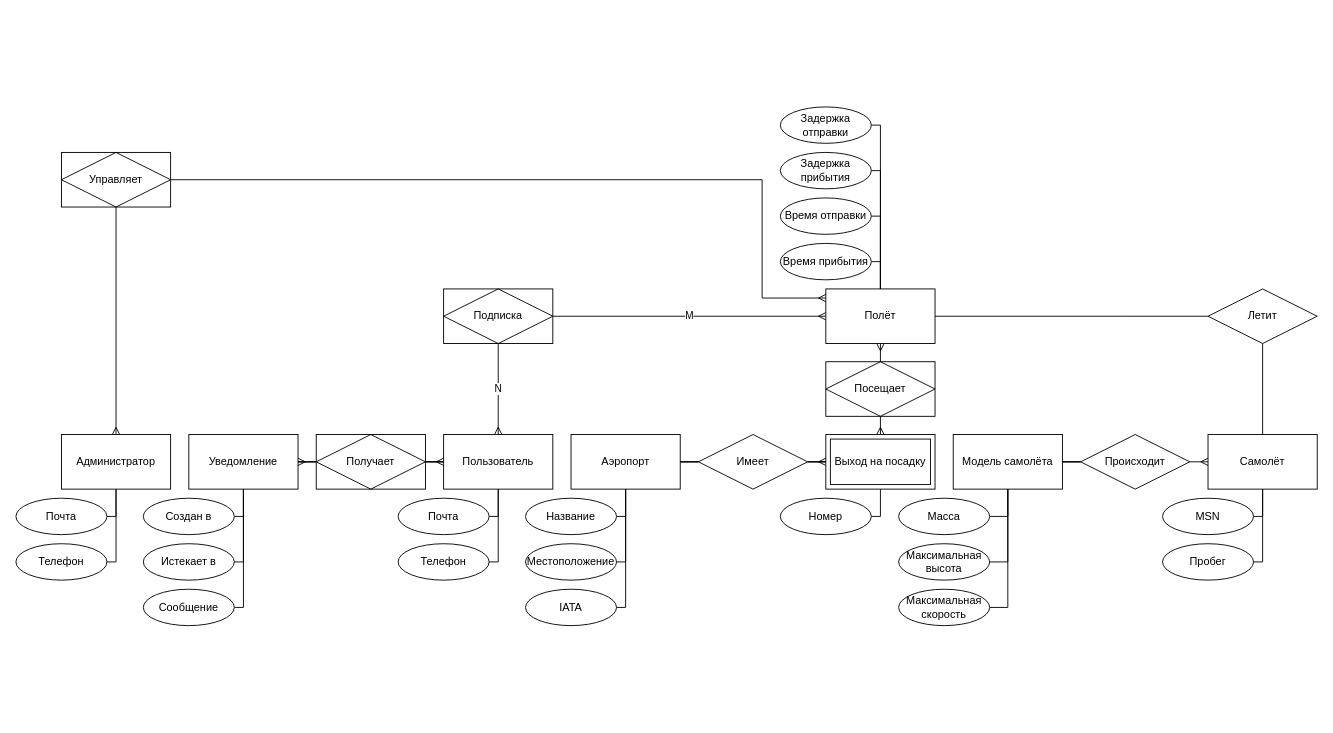
Earlier version of the draw.io diagram page "er" (3 of 7) of docs/diagram.drawio (GoshaMak/airline-tracker). Source tidied: cells renumbered, new cells numbered last; positions are measured from the earlier drawing's top-left corner, leaving out a move shared by most shapes. Both pictures are drawn from the tidied source at 91%, with x=0, y=0 at pixel (15, 106).
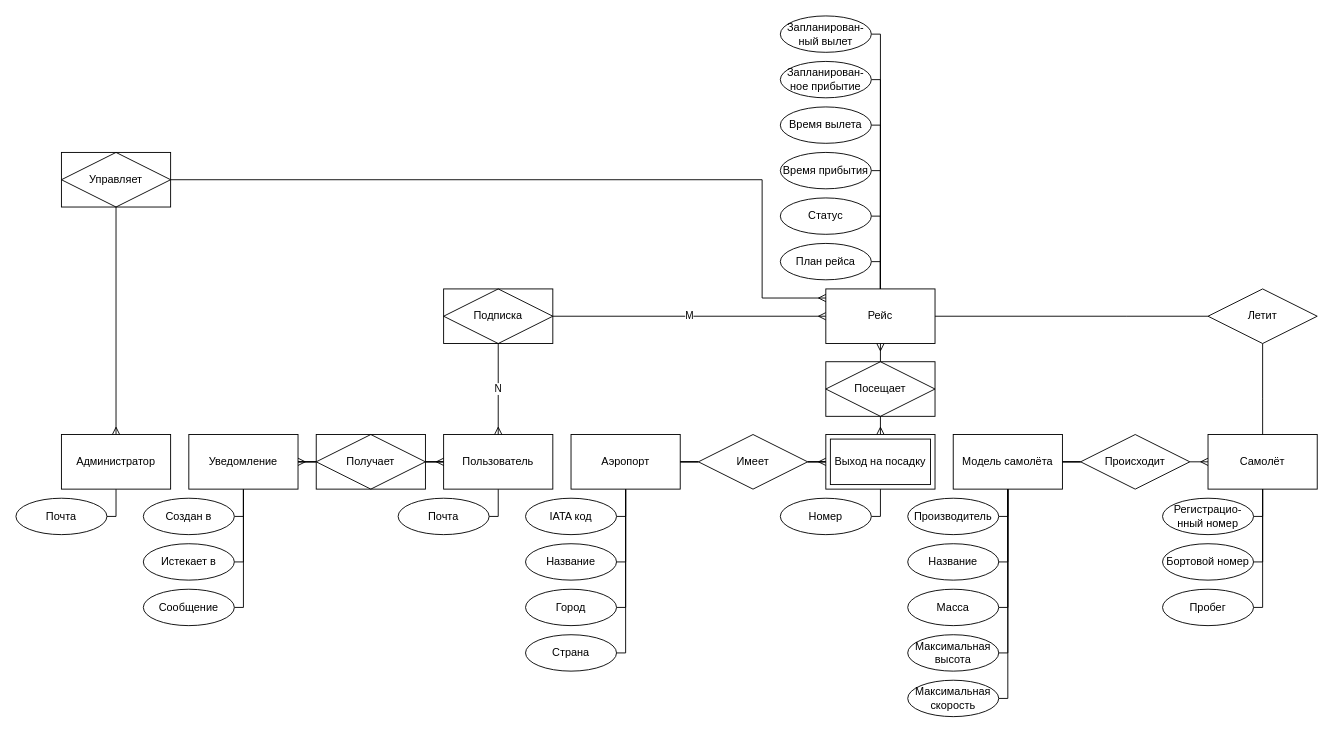
The same page after the edit.

Unchanged cells that the change refers to:
```xml
<mxCell id="3" value="Самолёт" style="whiteSpace=wrap;html=1;align=center;strokeWidth=1;" parent="1" vertex="1">
  <mxGeometry x="1310" y="360" width="120" height="60" as="geometry" />
</mxCell>
<mxCell id="7" value="Аэропорт" style="whiteSpace=wrap;html=1;align=center;" parent="1" vertex="1">
  <mxGeometry x="610" y="360" width="120" height="60" as="geometry" />
</mxCell>
<mxCell id="10" value="Пользователь" style="whiteSpace=wrap;html=1;align=center;" parent="1" vertex="1">
  <mxGeometry x="470" y="360" width="120" height="60" as="geometry" />
</mxCell>
<mxCell id="30" value="Администратор" style="whiteSpace=wrap;html=1;align=center;" parent="1" vertex="1">
  <mxGeometry x="50" y="360" width="120" height="60" as="geometry" />
</mxCell>
<mxCell id="35" value="Модель самолёта" style="whiteSpace=wrap;html=1;align=center;strokeWidth=1;" parent="1" vertex="1">
  <mxGeometry x="1030" y="360" width="120" height="60" as="geometry" />
</mxCell>
```

Diff of the diagram source:
```diff
@@
     <mxCell id="4" style="edgeStyle=orthogonalEdgeStyle;rounded=0;jettySize=auto;html=1;endArrow=none;endFill=0;" parent="1" edge="1" source="7" target="12">
       <mxGeometry relative="1" as="geometry">
         <Array as="points">
-          <mxPoint x="670" y="500" />
+          <mxPoint x="670" y="550" />
         </Array>
       </mxGeometry>
     </mxCell>
     <mxCell id="5" style="edgeStyle=orthogonalEdgeStyle;rounded=0;jettySize=auto;html=1;endArrow=none;endFill=0;" parent="1" edge="1" source="7" target="11">
       <mxGeometry relative="1" as="geometry">
         <Array as="points">
-          <mxPoint x="670" y="450" />
+          <mxPoint x="670" y="500" />
         </Array>
       </mxGeometry>
     </mxCell>
     <mxCell id="6" style="edgeStyle=orthogonalEdgeStyle;rounded=0;jettySize=auto;html=1;endArrow=none;endFill=0;" parent="1" edge="1" source="7" target="67">
       <mxGeometry relative="1" as="geometry">
         <Array as="points">
-          <mxPoint x="670" y="550" />
+          <mxPoint x="670" y="450" />
         </Array>
       </mxGeometry>
     </mxCell>
+    <mxCell id="71" style="edgeStyle=orthogonalEdgeStyle;rounded=0;jettySize=auto;html=1;startArrow=none;startFill=0;endArrow=none;endFill=0;" parent="1" edge="1" source="7" target="72">
+      <mxGeometry relative="1" as="geometry">
+        <Array as="points">
+          <mxPoint x="670" y="600" />
+        </Array>
+      </mxGeometry>
+    </mxCell>
@@
-    <mxCell id="8" style="edgeStyle=orthogonalEdgeStyle;rounded=0;jettySize=auto;html=1;endArrow=none;endFill=0;" parent="1" edge="1" source="10" target="15">
-      <mxGeometry relative="1" as="geometry">
-        <Array as="points">
-          <mxPoint x="530" y="500" />
-        </Array>
-      </mxGeometry>
-    </mxCell>
@@
     <mxCell id="11" value="Название" style="ellipse;whiteSpace=wrap;html=1;align=center;" parent="1" vertex="1">
-      <mxGeometry x="560" y="430" width="100" height="40" as="geometry" />
+      <mxGeometry x="560" y="480" width="100" height="40" as="geometry" />
     </mxCell>
-    <mxCell id="12" value="Местоположение" style="ellipse;whiteSpace=wrap;html=1;align=center;" parent="1" vertex="1">
-      <mxGeometry x="560" y="480" width="100" height="40" as="geometry" />
+    <mxCell id="12" value="Город" style="ellipse;whiteSpace=wrap;html=1;align=center;" parent="1" vertex="1">
+      <mxGeometry x="560" y="530" width="100" height="40" as="geometry" />
     </mxCell>
-    <mxCell id="13" value="MSN" style="ellipse;whiteSpace=wrap;html=1;align=center;" parent="1" vertex="1">
+    <mxCell id="13" value="Регистрацио-нный номер" style="ellipse;whiteSpace=wrap;html=1;align=center;" parent="1" vertex="1">
       <mxGeometry x="1260" y="430" width="100" height="40" as="geometry" />
     </mxCell>
@@
-    <mxCell id="15" value="Телефон" style="ellipse;whiteSpace=wrap;html=1;align=center;" parent="1" vertex="1">
-      <mxGeometry x="420" y="480" width="100" height="40" as="geometry" />
-    </mxCell>
@@
     <mxCell id="18" style="edgeStyle=orthogonalEdgeStyle;rounded=0;jettySize=auto;html=1;endArrow=none;endFill=0;" parent="1" edge="1" source="50" target="20">
       <mxGeometry relative="1" as="geometry">
         <Array as="points">
-          <mxPoint x="950" y="120" />
+          <mxPoint x="950" y="20" />
         </Array>
       </mxGeometry>
     </mxCell>
     <mxCell id="19" style="edgeStyle=orthogonalEdgeStyle;rounded=0;jettySize=auto;html=1;endArrow=none;endFill=0;" parent="1" edge="1" source="50" target="21">
       <mxGeometry relative="1" as="geometry">
         <Array as="points">
-          <mxPoint x="950" y="170" />
+          <mxPoint x="950" y="70" />
         </Array>
       </mxGeometry>
     </mxCell>
-    <mxCell id="20" value="Время отправки" style="ellipse;whiteSpace=wrap;html=1;align=center;direction=east;" parent="1" vertex="1">
-      <mxGeometry x="840" y="100" width="100" height="40" as="geometry" />
+    <mxCell id="20" value="Время вылета" style="ellipse;whiteSpace=wrap;html=1;align=center;direction=east;" parent="1" vertex="1">
+      <mxGeometry x="840" width="100" height="40" as="geometry" />
     </mxCell>
     <mxCell id="21" value="Время прибытия" style="ellipse;whiteSpace=wrap;html=1;align=center;direction=east;" parent="1" vertex="1">
-      <mxGeometry x="840" y="150" width="100" height="40" as="geometry" />
+      <mxGeometry x="840" y="50" width="100" height="40" as="geometry" />
     </mxCell>
@@
-    <mxCell id="28" style="edgeStyle=orthogonalEdgeStyle;rounded=0;jettySize=auto;html=1;endArrow=none;endFill=0;" parent="1" edge="1" source="30" target="32">
-      <mxGeometry relative="1" as="geometry">
-        <Array as="points">
-          <mxPoint x="110" y="500" />
-        </Array>
-      </mxGeometry>
-    </mxCell>
@@
-    <mxCell id="32" value="Телефон" style="ellipse;whiteSpace=wrap;html=1;align=center;" parent="1" vertex="1">
-      <mxGeometry y="480" width="100" height="40" as="geometry" />
-    </mxCell>
@@
     <mxCell id="39" style="edgeStyle=orthogonalEdgeStyle;rounded=0;jettySize=auto;html=1;endArrow=none;endFill=0;" parent="1" edge="1" source="40" target="3">
       <mxGeometry relative="1" as="geometry">
         <Array as="points">
-          <mxPoint x="1370" y="500" />
+          <mxPoint x="1370" y="550" />
         </Array>
       </mxGeometry>
     </mxCell>
     <mxCell id="40" value="Пробег" style="ellipse;whiteSpace=wrap;html=1;align=center;" parent="1" vertex="1">
-      <mxGeometry x="1260" y="480" width="100" height="40" as="geometry" />
+      <mxGeometry x="1260" y="530" width="100" height="40" as="geometry" />
     </mxCell>
     <mxCell id="41" style="edgeStyle=orthogonalEdgeStyle;rounded=0;jettySize=auto;html=1;endArrow=none;endFill=0;" parent="1" edge="1" source="42" target="35">
       <mxGeometry relative="1" as="geometry">
         <Array as="points">
-          <mxPoint x="1090" y="450" />
+          <mxPoint x="1090" y="550" />
         </Array>
       </mxGeometry>
     </mxCell>
     <mxCell id="42" value="Масса" style="ellipse;whiteSpace=wrap;html=1;align=center;" parent="1" vertex="1">
-      <mxGeometry x="970" y="430" width="100" height="40" as="geometry" />
+      <mxGeometry x="980" y="530" width="100" height="40" as="geometry" />
     </mxCell>
     <mxCell id="43" style="edgeStyle=orthogonalEdgeStyle;rounded=0;jettySize=auto;html=1;endArrow=none;endFill=0;" parent="1" edge="1" source="44" target="35">
       <mxGeometry relative="1" as="geometry">
         <Array as="points">
-          <mxPoint x="1090" y="500" />
+          <mxPoint x="1090" y="600" />
         </Array>
       </mxGeometry>
     </mxCell>
     <mxCell id="44" value="Максимальная высота" style="ellipse;whiteSpace=wrap;html=1;align=center;" parent="1" vertex="1">
-      <mxGeometry x="970" y="480" width="100" height="40" as="geometry" />
+      <mxGeometry x="980" y="580" width="100" height="40" as="geometry" />
     </mxCell>
     <mxCell id="45" style="edgeStyle=orthogonalEdgeStyle;rounded=0;jettySize=auto;html=1;endArrow=none;endFill=0;" parent="1" edge="1" source="46" target="35">
       <mxGeometry relative="1" as="geometry">
         <Array as="points">
-          <mxPoint x="1090" y="550" />
+          <mxPoint x="1090" y="650" />
         </Array>
       </mxGeometry>
     </mxCell>
     <mxCell id="46" value="Максимальная скорость" style="ellipse;whiteSpace=wrap;html=1;align=center;" parent="1" vertex="1">
-      <mxGeometry x="970" y="530" width="100" height="40" as="geometry" />
+      <mxGeometry x="980" y="630" width="100" height="40" as="geometry" />
     </mxCell>
@@
-    <mxCell id="50" value="Полёт" style="whiteSpace=wrap;html=1;align=center;strokeWidth=1;" parent="1" vertex="1">
+    <mxCell id="50" value="Рейс" style="whiteSpace=wrap;html=1;align=center;strokeWidth=1;" parent="1" vertex="1">
       <mxGeometry x="890" y="200" width="120" height="60" as="geometry" />
     </mxCell>
@@
     <mxCell id="65" style="edgeStyle=orthogonalEdgeStyle;rounded=0;jettySize=auto;html=1;endArrow=none;endFill=0;" parent="1" edge="1" source="66" target="50">
       <mxGeometry relative="1" as="geometry">
         <Array as="points">
-          <mxPoint x="950" y="20" />
+          <mxPoint x="950" y="-80" />
         </Array>
       </mxGeometry>
     </mxCell>
-    <mxCell id="66" value="Задержка отправки" style="ellipse;whiteSpace=wrap;html=1;align=center;direction=east;" parent="1" vertex="1">
-      <mxGeometry x="840" width="100" height="40" as="geometry" />
+    <mxCell id="66" value="Запланирован-ный вылет" style="ellipse;whiteSpace=wrap;html=1;align=center;direction=east;" parent="1" vertex="1">
+      <mxGeometry x="840" y="-100" width="100" height="40" as="geometry" />
     </mxCell>
-    <mxCell id="67" value="IATA" style="ellipse;whiteSpace=wrap;html=1;align=center;" parent="1" vertex="1">
-      <mxGeometry x="560" y="530" width="100" height="40" as="geometry" />
+    <mxCell id="67" value="IATA код" style="ellipse;whiteSpace=wrap;html=1;align=center;" parent="1" vertex="1">
+      <mxGeometry x="560" y="430" width="100" height="40" as="geometry" />
     </mxCell>
     <mxCell id="68" style="edgeStyle=orthogonalEdgeStyle;rounded=0;jettySize=auto;html=1;endArrow=none;endFill=0;" parent="1" edge="1" source="69" target="50">
       <mxGeometry relative="1" as="geometry">
         <Array as="points">
-          <mxPoint x="950" y="70" />
+          <mxPoint x="950" y="-30" />
         </Array>
       </mxGeometry>
     </mxCell>
-    <mxCell id="69" value="Задержка прибытия" style="ellipse;whiteSpace=wrap;html=1;align=center;direction=east;" parent="1" vertex="1">
-      <mxGeometry x="840" y="50" width="100" height="40" as="geometry" />
+    <mxCell id="69" value="Запланирован-ное прибытие" style="ellipse;whiteSpace=wrap;html=1;align=center;direction=east;" parent="1" vertex="1">
+      <mxGeometry x="840" y="-50" width="100" height="40" as="geometry" />
     </mxCell>
@@
+    <mxCell id="72" value="Страна" style="ellipse;whiteSpace=wrap;html=1;align=center;" parent="1" vertex="1">
+      <mxGeometry x="560" y="580" width="100" height="40" as="geometry" />
+    </mxCell>
+    <mxCell id="73" style="edgeStyle=orthogonalEdgeStyle;rounded=0;jettySize=auto;html=1;endArrow=none;endFill=0;" parent="1" edge="1" source="74" target="35">
+      <mxGeometry relative="1" as="geometry">
+        <Array as="points">
+          <mxPoint x="1090" y="450" />
+        </Array>
+      </mxGeometry>
+    </mxCell>
+    <mxCell id="74" value="Производитель" style="ellipse;whiteSpace=wrap;html=1;align=center;" parent="1" vertex="1">
+      <mxGeometry x="980" y="430" width="100" height="40" as="geometry" />
+    </mxCell>
+    <mxCell id="75" style="edgeStyle=orthogonalEdgeStyle;rounded=0;jettySize=auto;html=1;endArrow=none;endFill=0;" parent="1" edge="1" source="76" target="35">
+      <mxGeometry relative="1" as="geometry">
+        <Array as="points">
+          <mxPoint x="1090" y="500" />
+        </Array>
+      </mxGeometry>
+    </mxCell>
+    <mxCell id="76" value="Название" style="ellipse;whiteSpace=wrap;html=1;align=center;" parent="1" vertex="1">
+      <mxGeometry x="980" y="480" width="100" height="40" as="geometry" />
+    </mxCell>
+    <mxCell id="77" style="edgeStyle=orthogonalEdgeStyle;rounded=0;jettySize=auto;html=1;endArrow=none;endFill=0;" parent="1" edge="1" source="78" target="3">
+      <mxGeometry relative="1" as="geometry">
+        <Array as="points">
+          <mxPoint x="1370" y="500" />
+        </Array>
+      </mxGeometry>
+    </mxCell>
+    <mxCell id="78" value="Бортовой номер" style="ellipse;whiteSpace=wrap;html=1;align=center;" parent="1" vertex="1">
+      <mxGeometry x="1260" y="480" width="100" height="40" as="geometry" />
+    </mxCell>
+    <mxCell id="79" style="edgeStyle=orthogonalEdgeStyle;rounded=0;jettySize=auto;html=1;endArrow=none;endFill=0;" parent="1" edge="1" source="80" target="50">
+      <mxGeometry relative="1" as="geometry">
+        <Array as="points">
+          <mxPoint x="950" y="120" />
+        </Array>
+      </mxGeometry>
+    </mxCell>
+    <mxCell id="80" value="Статус" style="ellipse;whiteSpace=wrap;html=1;align=center;direction=east;" parent="1" vertex="1">
+      <mxGeometry x="840" y="100" width="100" height="40" as="geometry" />
+    </mxCell>
+    <mxCell id="81" style="edgeStyle=orthogonalEdgeStyle;rounded=0;jettySize=auto;html=1;endArrow=none;endFill=0;" parent="1" edge="1" source="82" target="50">
+      <mxGeometry relative="1" as="geometry">
+        <Array as="points">
+          <mxPoint x="950" y="170" />
+        </Array>
+      </mxGeometry>
+    </mxCell>
+    <mxCell id="82" value="План рейса" style="ellipse;whiteSpace=wrap;html=1;align=center;direction=east;" parent="1" vertex="1">
+      <mxGeometry x="840" y="150" width="100" height="40" as="geometry" />
+    </mxCell>
```
